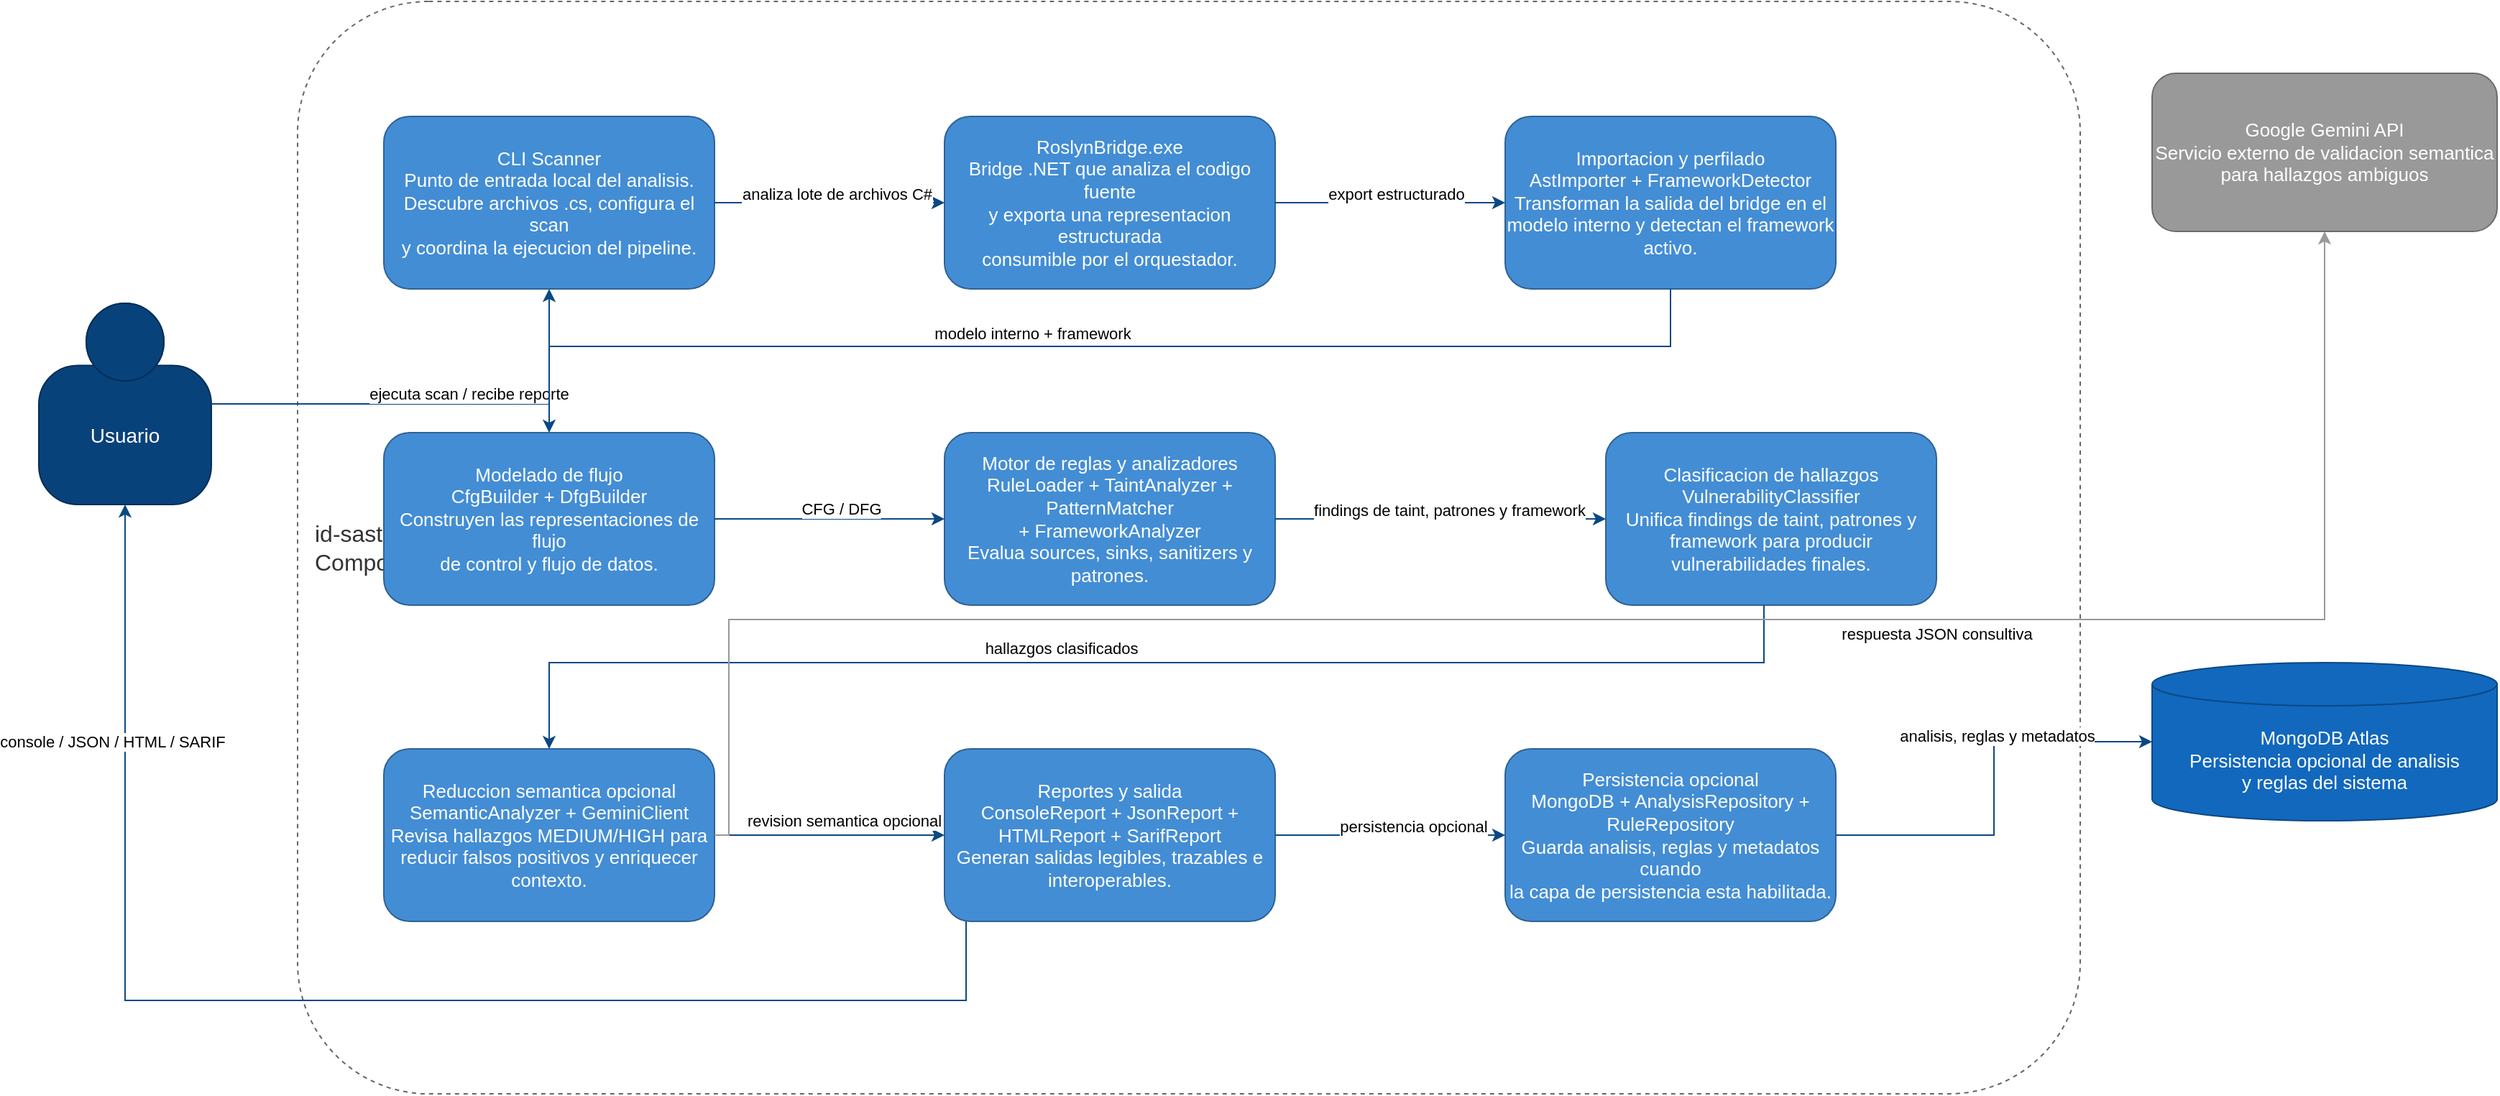
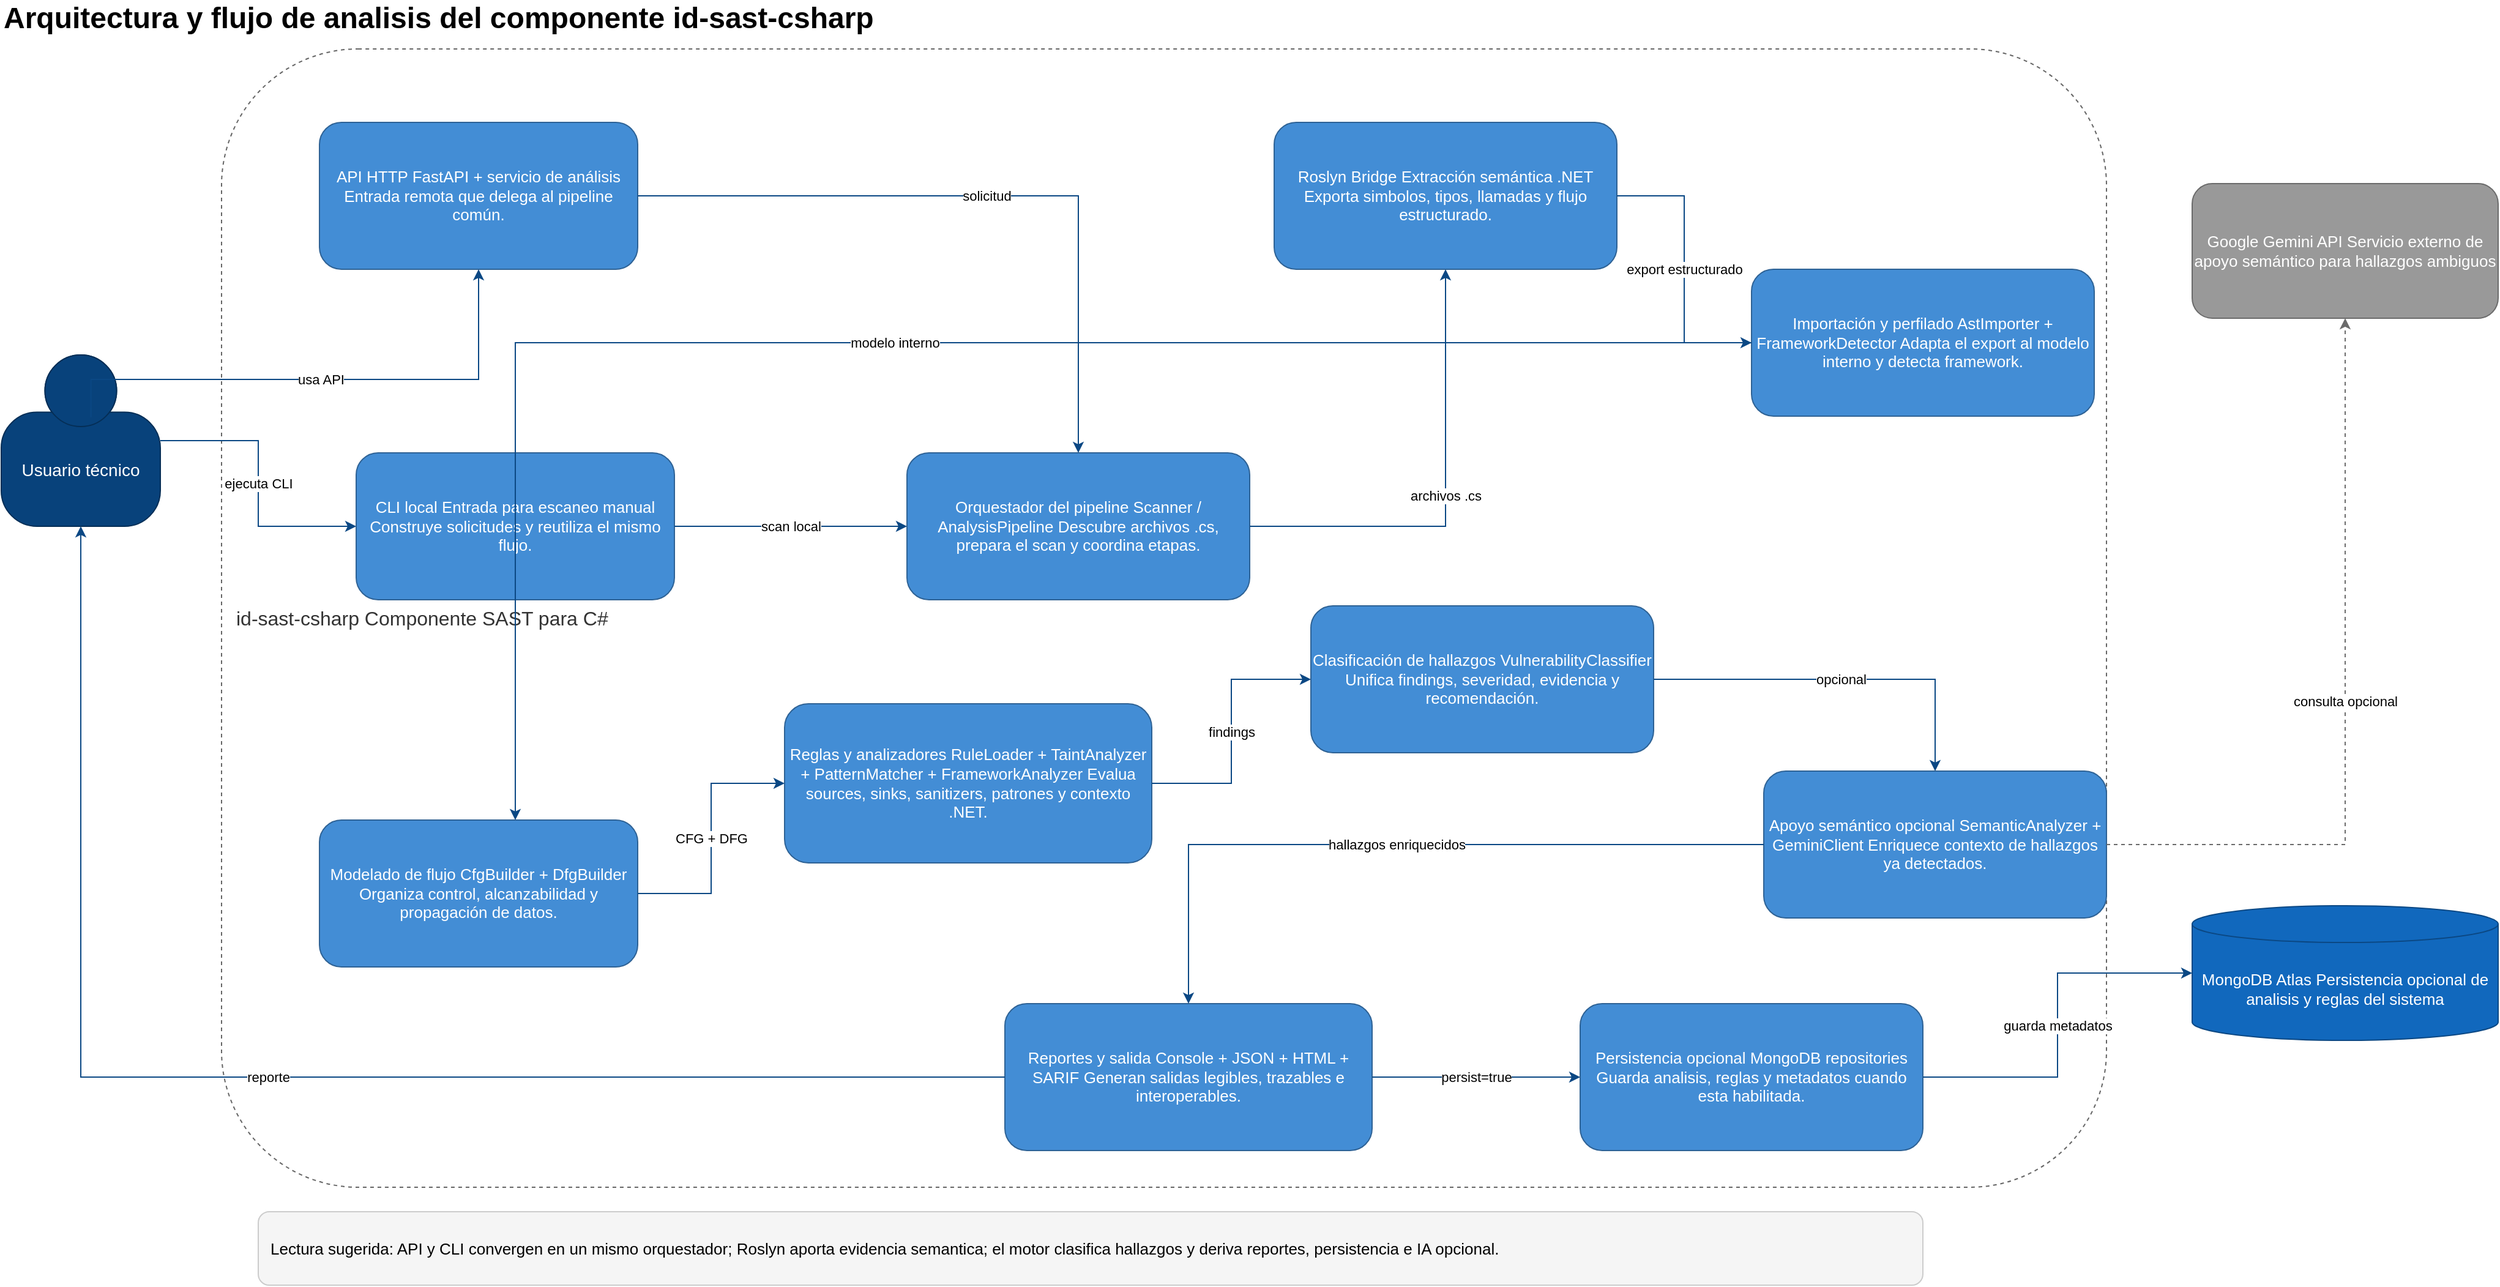
<mxfile host="Electron" agent="Codex">
-   <diagram id="c4-id-sast-csharp" name="C4 Container">
-     <mxGraphModel dx="1493" dy="736" grid="1" gridSize="10" guides="1" tooltips="1" connect="1" arrows="1" fold="1" page="1" pageScale="1" pageWidth="1600" pageHeight="1200" math="0" shadow="0">
+   <diagram id="c4-id-sast-csharp-final" name="C4 - id-sast-csharp final">
+     <mxGraphModel dx="2691" dy="1138" grid="1" gridSize="10" guides="1" tooltips="1" connect="1" arrows="1" fold="1" page="1" pageScale="1" pageWidth="2150" pageHeight="1150" math="0" shadow="0">
      <root>
        <mxCell id="0" />
        <mxCell id="1" parent="0" />
-         <mxCell id="2" parent="1" style="shape=mxgraph.c4.person2;html=1;whiteSpace=wrap;fillColor=#08427b;strokeColor=#052e56;fontColor=#ffffff;fontSize=14;" value="Usuario" vertex="1">
-           <mxGeometry height="140" width="120" x="40" y="250" as="geometry" />
+         <mxCell id="title" parent="1" style="text;html=1;strokeColor=none;fillColor=none;align=left;verticalAlign=middle;fontSize=24;fontStyle=1;" value="Arquitectura y flujo de analisis del componente id-sast-csharp" vertex="1">
+           <mxGeometry height="30" width="780" x="40" y="20" as="geometry" />
        </mxCell>
-         <mxCell id="3" parent="1" style="rounded=1;whiteSpace=wrap;html=1;fillColor=#999999;strokeColor=#6b6b6b;fontColor=#ffffff;fontSize=13;" value="Google Gemini API&#xa;Servicio externo de validacion semantica&#xa;para hallazgos ambiguos" vertex="1">
-           <mxGeometry height="110" width="240" x="1510" y="90" as="geometry" />
+         <mxCell id="user" parent="1" style="shape=mxgraph.c4.person2;html=1;whiteSpace=wrap;fillColor=#08427b;strokeColor=#052e56;fontColor=#ffffff;fontSize=14;" value="Usuario técnico" vertex="1">
+           <mxGeometry height="140" width="130" x="40" y="310" as="geometry" />
        </mxCell>
-         <mxCell id="4" parent="1" style="shape=cylinder3;whiteSpace=wrap;html=1;boundedLbl=1;fillColor=#1168bd;strokeColor=#0b4884;fontColor=#ffffff;fontSize=13;" value="MongoDB Atlas&#xa;Persistencia opcional de analisis&#xa;y reglas del sistema" vertex="1">
-           <mxGeometry height="110" width="240" x="1510" y="500" as="geometry" />
+         <mxCell id="boundary" parent="1" style="rounded=1;whiteSpace=wrap;html=1;dashed=1;arcSize=12;strokeColor=#666666;fontColor=#333333;fillColor=none;fontSize=16;align=left;spacing=12;" value="id-sast-csharp Componente SAST para C#" vertex="1">
+           <mxGeometry height="930" width="1540" x="220" y="60" as="geometry" />
        </mxCell>
-         <mxCell id="5" parent="1" style="rounded=1;whiteSpace=wrap;html=1;dashed=1;arcSize=12;strokeColor=#666666;fontColor=#333333;fillColor=none;fontSize=16;align=left;spacing=12;" value="id-sast-csharp&#xa;Componente SAST para C#" vertex="1">
-           <mxGeometry height="760" width="1240" x="220" y="40" as="geometry" />
+         <mxCell id="api" parent="1" style="rounded=1;whiteSpace=wrap;html=1;fillColor=#438dd5;strokeColor=#2e6295;fontColor=#ffffff;fontSize=13;" value="API HTTP FastAPI + servicio de análisis Entrada remota que delega al pipeline común." vertex="1">
+           <mxGeometry height="120" width="260" x="300" y="120" as="geometry" />
        </mxCell>
-         <mxCell id="6" parent="1" style="rounded=1;whiteSpace=wrap;html=1;fillColor=#438dd5;strokeColor=#2e6295;fontColor=#ffffff;fontSize=13;" value="CLI Scanner&#xa;Punto de entrada local del analisis.&#xa;Descubre archivos .cs, configura el scan&#xa;y coordina la ejecucion del pipeline." vertex="1">
-           <mxGeometry height="120" width="230" x="280" y="120" as="geometry" />
+         <mxCell id="cli" parent="1" style="rounded=1;whiteSpace=wrap;html=1;fillColor=#438dd5;strokeColor=#2e6295;fontColor=#ffffff;fontSize=13;" value="CLI local Entrada para escaneo manual Construye solicitudes y reutiliza el mismo flujo." vertex="1">
+           <mxGeometry height="120" width="260" x="330" y="390" as="geometry" />
        </mxCell>
-         <mxCell id="7" parent="1" style="rounded=1;whiteSpace=wrap;html=1;fillColor=#438dd5;strokeColor=#2e6295;fontColor=#ffffff;fontSize=13;" value="RoslynBridge.exe&#xa;Bridge .NET que analiza el codigo fuente&#xa;y exporta una representacion estructurada&#xa;consumible por el orquestador." vertex="1">
-           <mxGeometry height="120" width="230" x="670" y="120" as="geometry" />
+         <mxCell id="orchestrator" parent="1" style="rounded=1;whiteSpace=wrap;html=1;fillColor=#438dd5;strokeColor=#2e6295;fontColor=#ffffff;fontSize=13;" value="Orquestador del pipeline Scanner / AnalysisPipeline Descubre archivos .cs, prepara el scan y coordina etapas." vertex="1">
+           <mxGeometry height="120" width="280" x="780" y="390" as="geometry" />
        </mxCell>
-         <mxCell id="8" parent="1" style="rounded=1;whiteSpace=wrap;html=1;fillColor=#438dd5;strokeColor=#2e6295;fontColor=#ffffff;fontSize=13;" value="Importacion y perfilado&#xa;AstImporter + FrameworkDetector&#xa;Transforman la salida del bridge en el&#xa;modelo interno y detectan el framework activo." vertex="1">
-           <mxGeometry height="120" width="230" x="1060" y="120" as="geometry" />
+         <mxCell id="roslyn" parent="1" style="rounded=1;whiteSpace=wrap;html=1;fillColor=#438dd5;strokeColor=#2e6295;fontColor=#ffffff;fontSize=13;" value="Roslyn Bridge Extracción semántica .NET Exporta simbolos, tipos, llamadas y flujo estructurado." vertex="1">
+           <mxGeometry height="120" width="280" x="1080" y="120" as="geometry" />
        </mxCell>
-         <mxCell id="9" parent="1" style="rounded=1;whiteSpace=wrap;html=1;fillColor=#438dd5;strokeColor=#2e6295;fontColor=#ffffff;fontSize=13;" value="Modelado de flujo&#xa;CfgBuilder + DfgBuilder&#xa;Construyen las representaciones de flujo&#xa;de control y flujo de datos." vertex="1">
-           <mxGeometry height="120" width="230" x="280" y="340" as="geometry" />
+         <mxCell id="importer" parent="1" style="rounded=1;whiteSpace=wrap;html=1;fillColor=#438dd5;strokeColor=#2e6295;fontColor=#ffffff;fontSize=13;" value="Importación y perfilado AstImporter + FrameworkDetector Adapta el export al modelo interno y detecta framework." vertex="1">
+           <mxGeometry height="120" width="280" x="1470" y="240" as="geometry" />
        </mxCell>
-         <mxCell id="10" parent="1" style="rounded=1;whiteSpace=wrap;html=1;fillColor=#438dd5;strokeColor=#2e6295;fontColor=#ffffff;fontSize=13;" value="Motor de reglas y analizadores&#xa;RuleLoader + TaintAnalyzer + PatternMatcher&#xa;+ FrameworkAnalyzer&#xa;Evalua sources, sinks, sanitizers y patrones." vertex="1">
-           <mxGeometry height="120" width="230" x="670" y="340" as="geometry" />
+         <mxCell id="flow" parent="1" style="rounded=1;whiteSpace=wrap;html=1;fillColor=#438dd5;strokeColor=#2e6295;fontColor=#ffffff;fontSize=13;" value="Modelado de flujo CfgBuilder + DfgBuilder Organiza control, alcanzabilidad y propagación de datos." vertex="1">
+           <mxGeometry height="120" width="260" x="300" y="690" as="geometry" />
        </mxCell>
-         <mxCell id="11" parent="1" style="rounded=1;whiteSpace=wrap;html=1;fillColor=#438dd5;strokeColor=#2e6295;fontColor=#ffffff;fontSize=13;" value="Clasificacion de hallazgos&#xa;VulnerabilityClassifier&#xa;Unifica findings de taint, patrones y&#xa;framework para producir vulnerabilidades finales." vertex="1">
-           <mxGeometry height="120" width="230" x="1130" y="340" as="geometry" />
+         <mxCell id="rules" parent="1" style="rounded=1;whiteSpace=wrap;html=1;fillColor=#438dd5;strokeColor=#2e6295;fontColor=#ffffff;fontSize=13;" value="Reglas y analizadores RuleLoader + TaintAnalyzer + PatternMatcher + FrameworkAnalyzer Evalua sources, sinks, sanitizers, patrones y contexto .NET." vertex="1">
+           <mxGeometry height="130" width="300" x="680" y="595" as="geometry" />
        </mxCell>
-         <mxCell id="12" parent="1" style="rounded=1;whiteSpace=wrap;html=1;fillColor=#438dd5;strokeColor=#2e6295;fontColor=#ffffff;fontSize=13;" value="Reduccion semantica opcional&#xa;SemanticAnalyzer + GeminiClient&#xa;Revisa hallazgos MEDIUM/HIGH para&#xa;reducir falsos positivos y enriquecer contexto." vertex="1">
-           <mxGeometry height="120" width="230" x="280" y="560" as="geometry" />
+         <mxCell id="classifier" parent="1" style="rounded=1;whiteSpace=wrap;html=1;fillColor=#438dd5;strokeColor=#2e6295;fontColor=#ffffff;fontSize=13;" value="Clasificación de hallazgos VulnerabilityClassifier Unifica findings, severidad, evidencia y recomendación." vertex="1">
+           <mxGeometry height="120" width="280" x="1110" y="515" as="geometry" />
        </mxCell>
-         <mxCell id="13" parent="1" style="rounded=1;whiteSpace=wrap;html=1;fillColor=#438dd5;strokeColor=#2e6295;fontColor=#ffffff;fontSize=13;" value="Reportes y salida&#xa;ConsoleReport + JsonReport + HTMLReport + SarifReport&#xa;Generan salidas legibles, trazables e interoperables." vertex="1">
-           <mxGeometry height="120" width="230" x="670" y="560" as="geometry" />
+         <mxCell id="semantic" parent="1" style="rounded=1;whiteSpace=wrap;html=1;fillColor=#438dd5;strokeColor=#2e6295;fontColor=#ffffff;fontSize=13;" value="Apoyo semántico opcional SemanticAnalyzer + GeminiClient Enriquece contexto de hallazgos ya detectados." vertex="1">
+           <mxGeometry height="120" width="280" x="1480" y="650" as="geometry" />
        </mxCell>
-         <mxCell id="14" parent="1" style="rounded=1;whiteSpace=wrap;html=1;fillColor=#438dd5;strokeColor=#2e6295;fontColor=#ffffff;fontSize=13;" value="Persistencia opcional&#xa;MongoDB + AnalysisRepository + RuleRepository&#xa;Guarda analisis, reglas y metadatos cuando&#xa;la capa de persistencia esta habilitada." vertex="1">
-           <mxGeometry height="120" width="230" x="1060" y="560" as="geometry" />
+         <mxCell id="reports" parent="1" style="rounded=1;whiteSpace=wrap;html=1;fillColor=#438dd5;strokeColor=#2e6295;fontColor=#ffffff;fontSize=13;" value="Reportes y salida Console + JSON + HTML + SARIF Generan salidas legibles, trazables e interoperables." vertex="1">
+           <mxGeometry height="120" width="300" x="860" y="840" as="geometry" />
        </mxCell>
-         <mxCell id="16" edge="1" parent="1" source="2" style="edgeStyle=orthogonalEdgeStyle;rounded=0;orthogonalLoop=1;jettySize=auto;html=1;endArrow=classic;strokeColor=#0b4884;" target="6">
-           <mxGeometry relative="1" as="geometry" />
+         <mxCell id="persist" parent="1" style="rounded=1;whiteSpace=wrap;html=1;fillColor=#438dd5;strokeColor=#2e6295;fontColor=#ffffff;fontSize=13;" value="Persistencia opcional MongoDB repositories Guarda analisis, reglas y metadatos cuando esta habilitada." vertex="1">
+           <mxGeometry height="120" width="280" x="1330" y="840" as="geometry" />
        </mxCell>
-         <mxCell id="15" connectable="0" parent="16" style="edgeLabel;html=1;align=center;verticalAlign=middle;resizable=0;fontSize=11;" value="ejecuta scan / recibe reporte" vertex="1">
-           <mxGeometry relative="1" x="0.1" y="-1" as="geometry">
-             <mxPoint x="5" y="-8" as="offset" />
-           </mxGeometry>
+         <mxCell id="gemini" parent="1" style="rounded=1;whiteSpace=wrap;html=1;fillColor=#999999;strokeColor=#6b6b6b;fontColor=#ffffff;fontSize=13;" value="Google Gemini API Servicio externo de apoyo semántico para hallazgos ambiguos" vertex="1">
+           <mxGeometry height="110" width="250" x="1830" y="170" as="geometry" />
        </mxCell>
-         <mxCell id="18" edge="1" parent="1" source="6" style="edgeStyle=orthogonalEdgeStyle;rounded=0;orthogonalLoop=1;jettySize=auto;html=1;endArrow=classic;strokeColor=#0b4884;" target="7">
-           <mxGeometry relative="1" as="geometry" />
+         <mxCell id="mongo" parent="1" style="shape=cylinder3;whiteSpace=wrap;html=1;boundedLbl=1;fillColor=#1168bd;strokeColor=#0b4884;fontColor=#ffffff;fontSize=13;" value="MongoDB Atlas Persistencia opcional de analisis y reglas del sistema" vertex="1">
+           <mxGeometry height="110" width="250" x="1830" y="760" as="geometry" />
        </mxCell>
-         <mxCell id="17" connectable="0" parent="18" style="edgeLabel;html=1;align=center;verticalAlign=middle;resizable=0;fontSize=11;" value="analiza lote de archivos C#" vertex="1">
-           <mxGeometry relative="1" x="0.06" y="-2" as="geometry">
-             <mxPoint y="-8" as="offset" />
-           </mxGeometry>
+         <mxCell id="legend" parent="1" style="rounded=1;whiteSpace=wrap;html=1;fillColor=#f5f5f5;strokeColor=#cccccc;fontSize=13;align=left;spacing=10;" value="Lectura sugerida: API y CLI convergen en un mismo orquestador; Roslyn aporta evidencia semantica; el motor clasifica hallazgos y deriva reportes, persistencia e IA opcional." vertex="1">
+           <mxGeometry height="60" width="1360" x="250" y="1010" as="geometry" />
        </mxCell>
-         <mxCell id="20" edge="1" parent="1" source="7" style="edgeStyle=orthogonalEdgeStyle;rounded=0;orthogonalLoop=1;jettySize=auto;html=1;endArrow=classic;strokeColor=#0b4884;" target="8">
-           <mxGeometry relative="1" as="geometry" />
-         </mxCell>
-         <mxCell id="19" connectable="0" parent="20" style="edgeLabel;html=1;align=center;verticalAlign=middle;resizable=0;fontSize=11;" value="export estructurado" vertex="1">
-           <mxGeometry relative="1" x="0.05" y="-2" as="geometry">
-             <mxPoint y="-8" as="offset" />
-           </mxGeometry>
-         </mxCell>
-         <mxCell id="22" edge="1" parent="1" source="8" style="edgeStyle=orthogonalEdgeStyle;rounded=0;orthogonalLoop=1;jettySize=auto;html=1;endArrow=classic;strokeColor=#0b4884;" target="9">
+         <mxCell id="e1" edge="1" parent="1" source="user" style="edgeStyle=orthogonalEdgeStyle;rounded=0;orthogonalLoop=1;jettySize=auto;html=1;endArrow=classic;strokeColor=#0b4884;exitX=0.564;exitY=0.364;exitDx=0;exitDy=0;exitPerimeter=0;" target="api" value="usa API">
          <mxGeometry relative="1" as="geometry">
            <Array as="points">
-               <mxPoint x="1175" y="280" />
-               <mxPoint x="395" y="280" />
+               <mxPoint x="113" y="330" />
+               <mxPoint x="430" y="330" />
            </Array>
          </mxGeometry>
        </mxCell>
-         <mxCell id="21" connectable="0" parent="22" style="edgeLabel;html=1;align=center;verticalAlign=middle;resizable=0;fontSize=11;" value="modelo interno + framework" vertex="1">
-           <mxGeometry relative="1" x="0.1" y="-1" as="geometry">
-             <mxPoint y="-8" as="offset" />
-           </mxGeometry>
-         </mxCell>
-         <mxCell id="24" edge="1" parent="1" source="9" style="edgeStyle=orthogonalEdgeStyle;rounded=0;orthogonalLoop=1;jettySize=auto;html=1;endArrow=classic;strokeColor=#0b4884;" target="10">
+         <mxCell id="e2" edge="1" parent="1" source="user" style="edgeStyle=orthogonalEdgeStyle;rounded=0;orthogonalLoop=1;jettySize=auto;html=1;endArrow=classic;strokeColor=#0b4884;" target="cli" value="ejecuta CLI">
          <mxGeometry relative="1" as="geometry" />
        </mxCell>
-         <mxCell id="23" connectable="0" parent="24" style="edgeLabel;html=1;align=center;verticalAlign=middle;resizable=0;fontSize=11;" value="CFG / DFG" vertex="1">
-           <mxGeometry relative="1" x="0.1" y="-1" as="geometry">
-             <mxPoint y="-8" as="offset" />
-           </mxGeometry>
-         </mxCell>
-         <mxCell id="26" edge="1" parent="1" source="10" style="edgeStyle=orthogonalEdgeStyle;rounded=0;orthogonalLoop=1;jettySize=auto;html=1;endArrow=classic;strokeColor=#0b4884;" target="11">
+         <mxCell id="e3" edge="1" parent="1" source="api" style="edgeStyle=orthogonalEdgeStyle;rounded=0;orthogonalLoop=1;jettySize=auto;html=1;endArrow=classic;strokeColor=#0b4884;" target="orchestrator" value="solicitud">
          <mxGeometry relative="1" as="geometry" />
        </mxCell>
-         <mxCell id="25" connectable="0" parent="26" style="edgeLabel;html=1;align=center;verticalAlign=middle;resizable=0;fontSize=11;" value="findings de taint, patrones y framework" vertex="1">
-           <mxGeometry relative="1" x="0.05" y="-2" as="geometry">
-             <mxPoint y="-8" as="offset" />
-           </mxGeometry>
+         <mxCell id="e4" edge="1" parent="1" source="cli" style="edgeStyle=orthogonalEdgeStyle;rounded=0;orthogonalLoop=1;jettySize=auto;html=1;endArrow=classic;strokeColor=#0b4884;" target="orchestrator" value="scan local">
+           <mxGeometry relative="1" as="geometry" />
        </mxCell>
-         <mxCell id="28" edge="1" parent="1" source="11" style="edgeStyle=orthogonalEdgeStyle;rounded=0;orthogonalLoop=1;jettySize=auto;html=1;endArrow=classic;strokeColor=#0b4884;" target="12">
+         <mxCell id="e5" edge="1" parent="1" source="orchestrator" style="edgeStyle=orthogonalEdgeStyle;rounded=0;orthogonalLoop=1;jettySize=auto;html=1;endArrow=classic;strokeColor=#0b4884;" target="roslyn" value="archivos .cs">
+           <mxGeometry relative="1" as="geometry" />
+         </mxCell>
+         <mxCell id="e6" edge="1" parent="1" source="roslyn" style="edgeStyle=orthogonalEdgeStyle;rounded=0;orthogonalLoop=1;jettySize=auto;html=1;endArrow=classic;strokeColor=#0b4884;" target="importer" value="export estructurado">
+           <mxGeometry relative="1" as="geometry" />
+         </mxCell>
+         <mxCell id="e7" edge="1" parent="1" source="importer" style="edgeStyle=orthogonalEdgeStyle;rounded=0;orthogonalLoop=1;jettySize=auto;html=1;endArrow=classic;strokeColor=#0b4884;" target="flow" value="modelo interno">
          <mxGeometry relative="1" as="geometry">
            <Array as="points">
-               <mxPoint x="1240" y="500" />
-               <mxPoint x="395" y="500" />
+               <mxPoint x="460" y="300" />
            </Array>
          </mxGeometry>
        </mxCell>
-         <mxCell id="27" connectable="0" parent="28" style="edgeLabel;html=1;align=center;verticalAlign=middle;resizable=0;fontSize=11;" value="hallazgos clasificados" vertex="1">
-           <mxGeometry relative="1" x="0.12" y="-2" as="geometry">
-             <mxPoint y="-8" as="offset" />
-           </mxGeometry>
-         </mxCell>
-         <mxCell id="30" edge="1" parent="1" source="12" style="edgeStyle=orthogonalEdgeStyle;rounded=0;orthogonalLoop=1;jettySize=auto;html=1;endArrow=classic;strokeColor=#0b4884;" target="13">
+         <mxCell id="e8" edge="1" parent="1" source="flow" style="edgeStyle=orthogonalEdgeStyle;rounded=0;orthogonalLoop=1;jettySize=auto;html=1;endArrow=classic;strokeColor=#0b4884;" target="rules" value="CFG + DFG">
          <mxGeometry relative="1" as="geometry" />
        </mxCell>
-         <mxCell id="29" connectable="0" parent="30" style="edgeLabel;html=1;align=center;verticalAlign=middle;resizable=0;fontSize=11;" value="revision semantica opcional" vertex="1">
-           <mxGeometry relative="1" x="0.12" y="-2" as="geometry">
-             <mxPoint y="-12" as="offset" />
-           </mxGeometry>
-         </mxCell>
-         <mxCell id="32" edge="1" parent="1" source="13" style="edgeStyle=orthogonalEdgeStyle;rounded=0;orthogonalLoop=1;jettySize=auto;html=1;endArrow=classic;strokeColor=#0b4884;" target="14">
+         <mxCell id="e9" edge="1" parent="1" source="rules" style="edgeStyle=orthogonalEdgeStyle;rounded=0;orthogonalLoop=1;jettySize=auto;html=1;endArrow=classic;strokeColor=#0b4884;" target="classifier" value="findings">
          <mxGeometry relative="1" as="geometry" />
        </mxCell>
-         <mxCell id="31" connectable="0" parent="32" style="edgeLabel;html=1;align=center;verticalAlign=middle;resizable=0;fontSize=11;" value="persistencia opcional" vertex="1">
-           <mxGeometry relative="1" x="0.2" y="-2" as="geometry">
-             <mxPoint y="-8" as="offset" />
-           </mxGeometry>
-         </mxCell>
-         <mxCell id="34" edge="1" parent="1" source="12" style="edgeStyle=orthogonalEdgeStyle;rounded=0;orthogonalLoop=1;jettySize=auto;html=1;endArrow=classic;strokeColor=#999999;entryX=0.5;entryY=1;entryDx=0;entryDy=0;" target="3">
-           <mxGeometry relative="1" as="geometry">
-             <Array as="points">
-               <mxPoint x="520" y="470" />
-               <mxPoint x="1630" y="470" />
-             </Array>
-           </mxGeometry>
-         </mxCell>
-         <mxCell id="33" connectable="0" parent="34" style="edgeLabel;html=1;align=center;verticalAlign=middle;resizable=0;fontSize=11;" value="respuesta JSON consultiva" vertex="1">
-           <mxGeometry relative="1" x="0.2" y="-2" as="geometry">
-             <mxPoint x="76" y="8" as="offset" />
-           </mxGeometry>
-         </mxCell>
-         <mxCell id="36" edge="1" parent="1" source="14" style="edgeStyle=orthogonalEdgeStyle;rounded=0;orthogonalLoop=1;jettySize=auto;html=1;endArrow=classic;strokeColor=#0b4884;" target="4">
+         <mxCell id="e10" edge="1" parent="1" source="classifier" style="edgeStyle=orthogonalEdgeStyle;rounded=0;orthogonalLoop=1;jettySize=auto;html=1;endArrow=classic;strokeColor=#0b4884;" target="semantic" value="opcional">
          <mxGeometry relative="1" as="geometry" />
        </mxCell>
-         <mxCell id="35" connectable="0" parent="36" style="edgeLabel;html=1;align=center;verticalAlign=middle;resizable=0;fontSize=11;" value="analisis, reglas y metadatos" vertex="1">
-           <mxGeometry relative="1" x="0.2" y="-2" as="geometry">
-             <mxPoint y="-8" as="offset" />
-           </mxGeometry>
+         <mxCell id="e11" edge="1" parent="1" source="semantic" style="edgeStyle=orthogonalEdgeStyle;rounded=0;orthogonalLoop=1;jettySize=auto;html=1;endArrow=classic;strokeColor=#0b4884;" target="reports" value="hallazgos enriquecidos">
+           <mxGeometry relative="1" as="geometry" />
        </mxCell>
-         <mxCell id="38" edge="1" parent="1" source="13" style="edgeStyle=orthogonalEdgeStyle;rounded=0;orthogonalLoop=1;jettySize=auto;html=1;endArrow=classic;strokeColor=#0b4884;" target="2">
-           <mxGeometry relative="1" as="geometry">
-             <Array as="points">
-               <mxPoint x="685" y="735" />
-               <mxPoint x="100" y="735" />
-             </Array>
-           </mxGeometry>
+         <mxCell id="e12" edge="1" parent="1" source="reports" style="edgeStyle=orthogonalEdgeStyle;rounded=0;orthogonalLoop=1;jettySize=auto;html=1;endArrow=classic;strokeColor=#0b4884;" target="persist" value="persist=true">
+           <mxGeometry relative="1" as="geometry" />
        </mxCell>
-         <mxCell id="37" connectable="0" parent="38" style="edgeLabel;html=1;align=center;verticalAlign=middle;resizable=0;fontSize=11;" value="console / JSON / HTML / SARIF" vertex="1">
-           <mxGeometry relative="1" x="0.65" y="-1" as="geometry">
-             <mxPoint x="-10" y="-8" as="offset" />
-           </mxGeometry>
+         <mxCell id="e13" edge="1" parent="1" source="semantic" style="edgeStyle=orthogonalEdgeStyle;rounded=0;orthogonalLoop=1;jettySize=auto;html=1;endArrow=classic;dashed=1;strokeColor=#6b6b6b;" target="gemini" value="consulta opcional">
+           <mxGeometry relative="1" as="geometry" />
+         </mxCell>
+         <mxCell id="e14" edge="1" parent="1" source="persist" style="edgeStyle=orthogonalEdgeStyle;rounded=0;orthogonalLoop=1;jettySize=auto;html=1;endArrow=classic;strokeColor=#0b4884;" target="mongo" value="guarda metadatos">
+           <mxGeometry relative="1" as="geometry" />
+         </mxCell>
+         <mxCell id="e15" edge="1" parent="1" source="reports" style="edgeStyle=orthogonalEdgeStyle;rounded=0;orthogonalLoop=1;jettySize=auto;html=1;endArrow=classic;strokeColor=#0b4884;" target="user" value="reporte">
+           <mxGeometry relative="1" as="geometry" />
        </mxCell>
      </root>
    </mxGraphModel>
  </diagram>
</mxfile>
